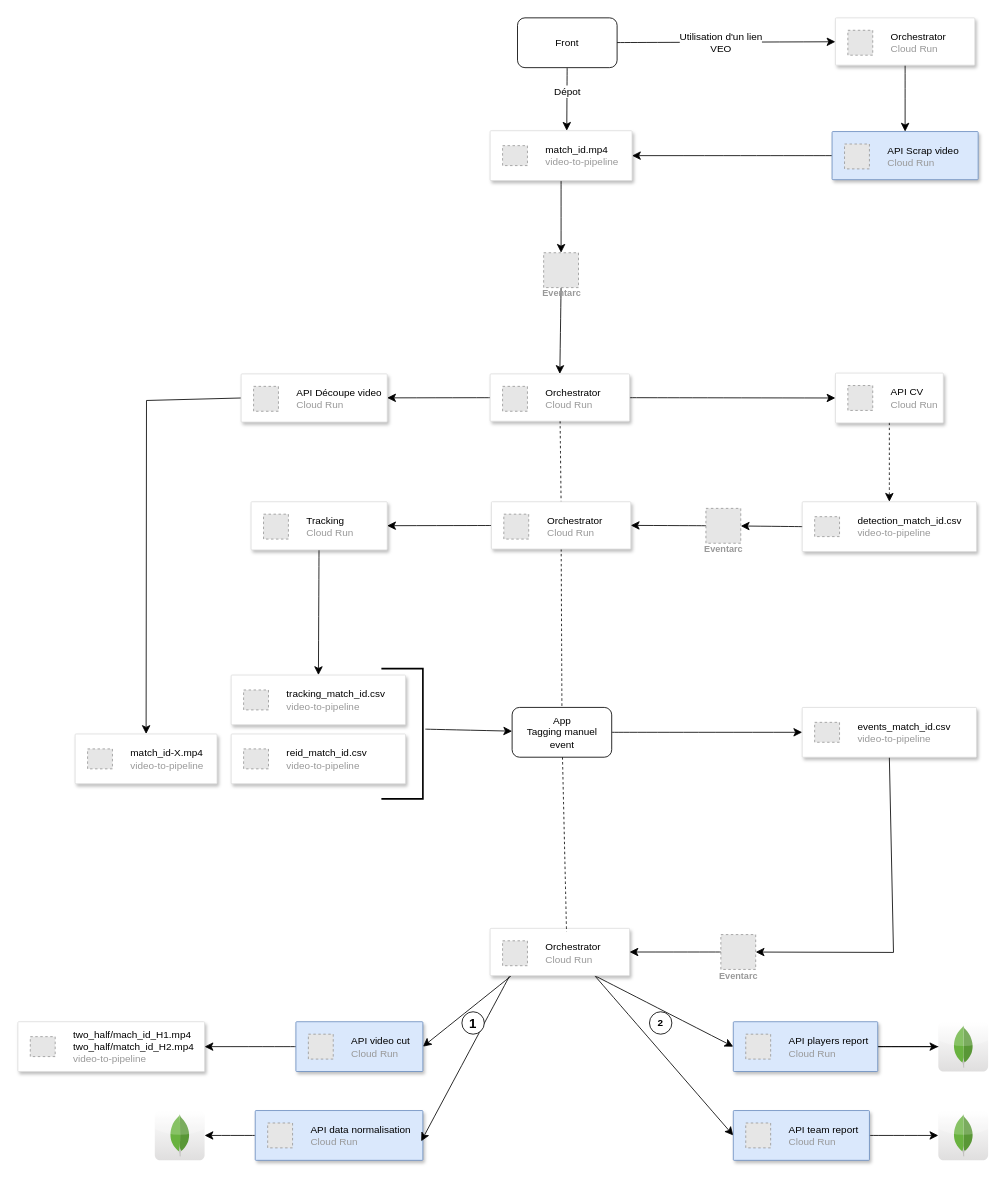
The draw.io diagram page "Full DS" (1 of 3) of Untitled Diagram.drawio in clairesecehDS/logo, before the edit. Source tidied: cells renumbered, new cells numbered last; positions are measured from the earlier drawing's top-left corner, leaving out a move shared by most shapes. Both pictures are drawn from the tidied source at 83%, with x=0, y=0 at pixel (17, 17). Pictures stored in the file or linked from it are replaced by grey dashed boxes.
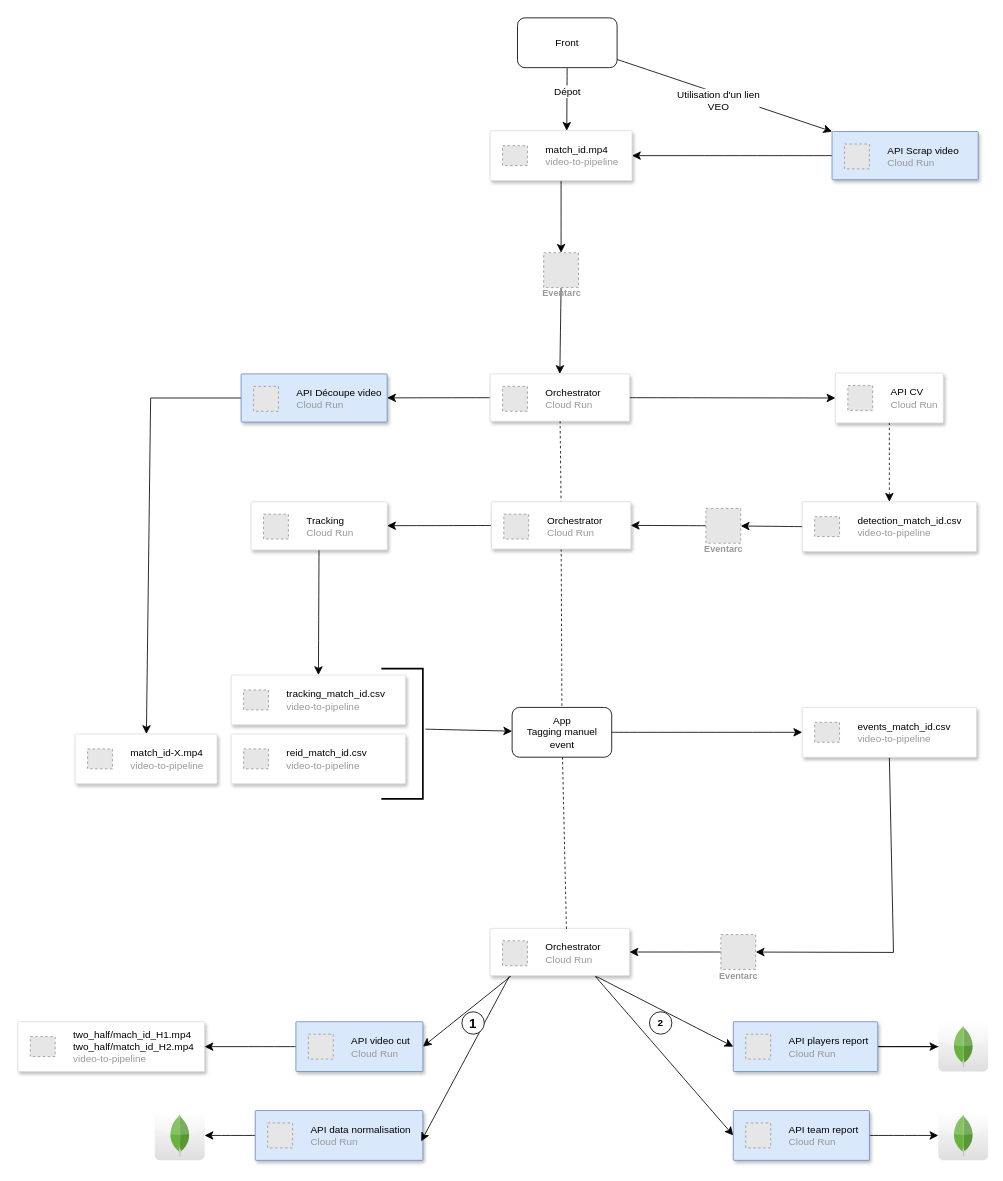
The same diagram, later.

Unchanged cells that the change refers to:
```xml
<mxCell id="4" value="Front" style="rounded=1;whiteSpace=wrap;html=1;" parent="1" vertex="1">
  <mxGeometry x="602" width="120" height="60" as="geometry" />
</mxCell>
<mxCell id="60" style="strokeColor=#6c8ebf;shadow=1;strokeWidth=1;rounded=1;absoluteArcSize=1;arcSize=2;fillColor=#dae8fc;" parent="1" vertex="1">
  <mxGeometry x="981" y="137" width="176" height="58" as="geometry" />
</mxCell>
<mxCell id="65" style="strokeColor=#dddddd;shadow=1;strokeWidth=1;rounded=1;absoluteArcSize=1;arcSize=2;" parent="1" vertex="1">
  <mxGeometry x="69" y="862.8" width="171" height="60" as="geometry" />
</mxCell>
```

What changed in the source:
```diff
@@
-    <mxCell id="54" style="edgeStyle=none;curved=1;rounded=0;jettySize=auto;html=1;fontSize=12;startSize=8;endSize=8;" parent="1" edge="1" source="4" target="57">
+    <mxCell id="54" style="edgeStyle=none;curved=1;rounded=0;jettySize=auto;html=1;fontSize=12;startSize=8;endSize=8;entryX=0;entryY=0;entryDx=0;entryDy=0;" parent="1" edge="1" source="4" target="60">
       <mxGeometry relative="1" as="geometry" />
     </mxCell>
@@
-    <mxCell id="56" style="edgeStyle=none;curved=1;rounded=0;jettySize=auto;html=1;entryX=0.5;entryY=0;entryDx=0;entryDy=0;fontSize=12;startSize=8;endSize=8;" parent="1" edge="1" source="57" target="60">
-      <mxGeometry relative="1" as="geometry" />
-    </mxCell>
-    <mxCell id="57" style="strokeColor=#dddddd;shadow=1;strokeWidth=1;rounded=1;absoluteArcSize=1;arcSize=2;" parent="1" vertex="1">
-      <mxGeometry x="985" width="168" height="57" as="geometry" />
-    </mxCell>
-    <mxCell id="58" value="&lt;font color=&quot;#000000&quot;&gt;Orchestrator&lt;/font&gt;&lt;br&gt;Cloud Run" style="fillColor=#E6E6E6;strokeColor=#999999;dashed=1;html=1;fontColor=#999999;verticalLabelPosition=middle;verticalAlign=middle;labelPosition=right;align=left;spacingLeft=20;" parent="57" vertex="1">
-      <mxGeometry width="30" height="30" relative="1" as="geometry">
-        <mxPoint x="15" y="15" as="offset" />
-      </mxGeometry>
-    </mxCell>
@@
     <mxCell id="62" style="edgeStyle=none;curved=0;rounded=0;jettySize=auto;html=1;fontSize=12;startSize=8;endSize=8;exitX=0;exitY=0.5;exitDx=0;exitDy=0;" parent="1" edge="1" source="63" target="65">
       <mxGeometry relative="1" as="geometry">
         <Array as="points">
-          <mxPoint x="155" y="461" />
+          <mxPoint x="160" y="458" />
         </Array>
       </mxGeometry>
     </mxCell>
-    <mxCell id="63" style="strokeColor=#dddddd;shadow=1;strokeWidth=1;rounded=1;absoluteArcSize=1;arcSize=2;" parent="1" vertex="1">
+    <mxCell id="63" style="strokeColor=#6c8ebf;shadow=1;strokeWidth=1;rounded=1;absoluteArcSize=1;arcSize=2;fillColor=#dae8fc;" parent="1" vertex="1">
       <mxGeometry x="269" y="429" width="176" height="58" as="geometry" />
     </mxCell>
```
